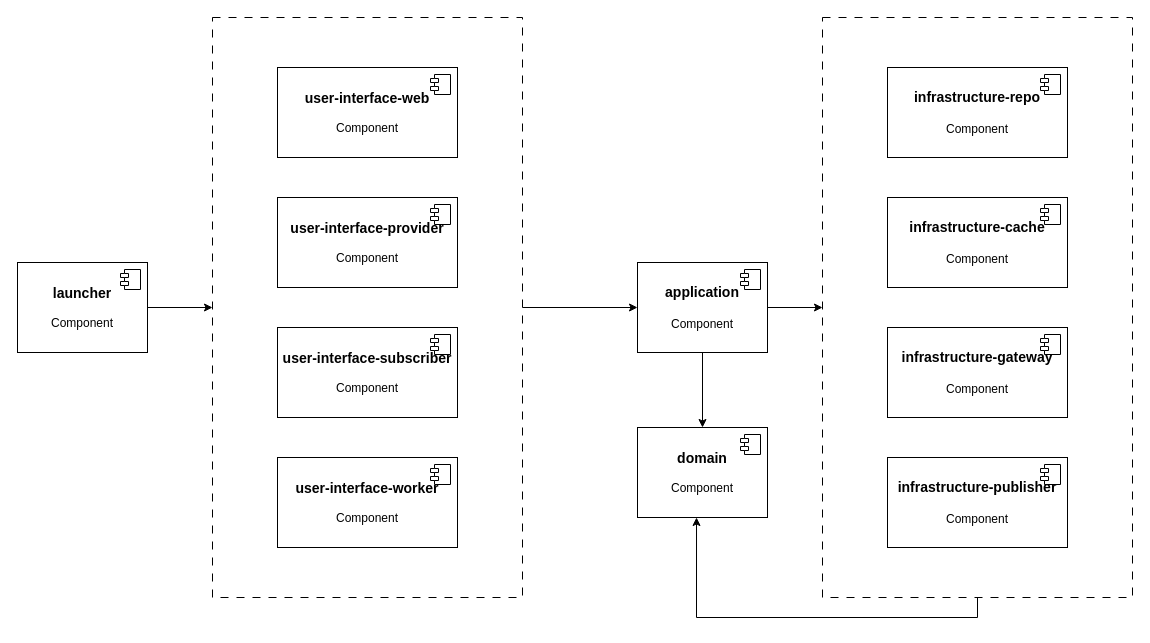
The draw.io diagram ddd/ddd-layout.drawio in hedon954/draw, before the edit. Source tidied: cells renumbered, new cells numbered last; positions are measured from the earlier drawing's top-left corner, leaving out a move shared by most shapes. Both pictures are drawn from the tidied source at 100%, with x=0, y=0 at pixel (17, 17).
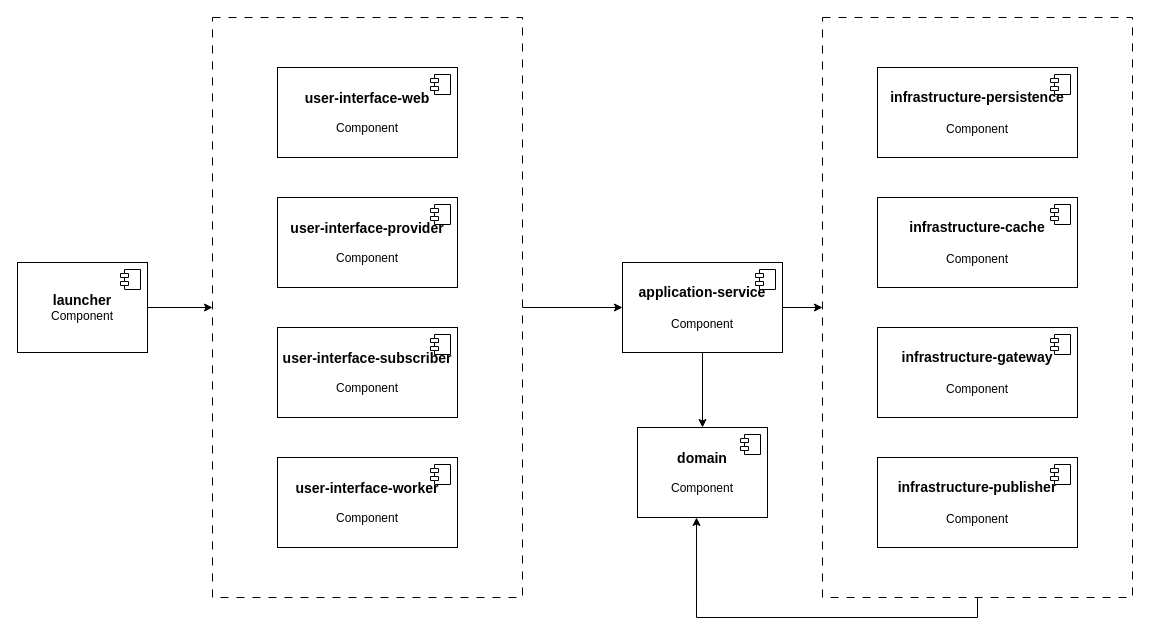
Above is the later version.

Diff of the diagram source:
```diff
@@
+    <mxCell id="29" style="rounded=0;whiteSpace=wrap;html=1;fillColor=none;dashed=1;dashPattern=8 8;" parent="1" vertex="1">
+      <mxGeometry x="805" width="310" height="580" as="geometry" />
+    </mxCell>
@@
-    <mxCell id="5" value="&lt;div&gt;&lt;b&gt;&lt;font style=&quot;font-size: 14px;&quot;&gt;launcher&lt;/font&gt;&lt;/b&gt;&lt;/div&gt;&lt;div&gt;&lt;b&gt;&lt;br&gt;&lt;/b&gt;&lt;/div&gt;Component" style="html=1;whiteSpace=wrap;" parent="1" vertex="1">
+    <mxCell id="5" value="&lt;div&gt;&lt;b&gt;&lt;font style=&quot;font-size: 14px;&quot;&gt;launcher&lt;/font&gt;&lt;/b&gt;&lt;/div&gt;Component" style="html=1;whiteSpace=wrap;" parent="1" vertex="1">
       <mxGeometry y="245" width="130" height="90" as="geometry" />
     </mxCell>
@@
-    <mxCell id="17" value="&lt;div&gt;&lt;span style=&quot;font-size: 14px;&quot;&gt;&lt;b&gt;application&lt;/b&gt;&lt;/span&gt;&lt;/div&gt;&lt;div&gt;&lt;span style=&quot;font-size: 14px;&quot;&gt;&lt;b&gt;&lt;br&gt;&lt;/b&gt;&lt;/span&gt;&lt;/div&gt;Component" style="html=1;whiteSpace=wrap;" parent="1" vertex="1">
-      <mxGeometry x="620" y="245" width="130" height="90" as="geometry" />
+    <mxCell id="17" value="&lt;div&gt;&lt;span style=&quot;font-size: 14px;&quot;&gt;&lt;b&gt;application-service&lt;/b&gt;&lt;/span&gt;&lt;/div&gt;&lt;div&gt;&lt;span style=&quot;font-size: 14px;&quot;&gt;&lt;b&gt;&lt;br&gt;&lt;/b&gt;&lt;/span&gt;&lt;/div&gt;Component" style="html=1;whiteSpace=wrap;" parent="1" vertex="1">
+      <mxGeometry x="605" y="245" width="160" height="90" as="geometry" />
     </mxCell>
@@
-    <mxCell id="21" value="&lt;div&gt;&lt;span style=&quot;font-size: 14px;&quot;&gt;&lt;b&gt;infrastructure-repo&lt;/b&gt;&lt;/span&gt;&lt;/div&gt;&lt;div&gt;&lt;span style=&quot;font-size: 14px;&quot;&gt;&lt;b&gt;&lt;br&gt;&lt;/b&gt;&lt;/span&gt;&lt;/div&gt;Component" style="html=1;whiteSpace=wrap;" parent="1" vertex="1">
-      <mxGeometry x="870" y="50" width="180" height="90" as="geometry" />
+    <mxCell id="21" value="&lt;div&gt;&lt;span style=&quot;font-size: 14px;&quot;&gt;&lt;b&gt;infrastructure-persistence&lt;/b&gt;&lt;/span&gt;&lt;/div&gt;&lt;div&gt;&lt;span style=&quot;font-size: 14px;&quot;&gt;&lt;b&gt;&lt;br&gt;&lt;/b&gt;&lt;/span&gt;&lt;/div&gt;Component" style="html=1;whiteSpace=wrap;" parent="1" vertex="1">
+      <mxGeometry x="860" y="50" width="200" height="90" as="geometry" />
     </mxCell>
@@
     <mxCell id="23" value="&lt;div&gt;&lt;span style=&quot;font-size: 14px;&quot;&gt;&lt;b&gt;infrastructure-gateway&lt;/b&gt;&lt;/span&gt;&lt;/div&gt;&lt;div&gt;&lt;span style=&quot;font-size: 14px;&quot;&gt;&lt;b&gt;&lt;br&gt;&lt;/b&gt;&lt;/span&gt;&lt;/div&gt;Component" style="html=1;whiteSpace=wrap;" parent="1" vertex="1">
-      <mxGeometry x="870" y="310" width="180" height="90" as="geometry" />
+      <mxGeometry x="860" y="310" width="200" height="90" as="geometry" />
     </mxCell>
@@
     <mxCell id="25" value="&lt;div&gt;&lt;span style=&quot;font-size: 14px;&quot;&gt;&lt;b&gt;infrastructure-cache&lt;/b&gt;&lt;/span&gt;&lt;/div&gt;&lt;div&gt;&lt;span style=&quot;font-size: 14px;&quot;&gt;&lt;b&gt;&lt;br&gt;&lt;/b&gt;&lt;/span&gt;&lt;/div&gt;Component" style="html=1;whiteSpace=wrap;" parent="1" vertex="1">
-      <mxGeometry x="870" y="180" width="180" height="90" as="geometry" />
+      <mxGeometry x="860" y="180" width="200" height="90" as="geometry" />
     </mxCell>
@@
     <mxCell id="27" value="&lt;div&gt;&lt;span style=&quot;font-size: 14px;&quot;&gt;&lt;b&gt;infrastructure-publisher&lt;/b&gt;&lt;/span&gt;&lt;/div&gt;&lt;div&gt;&lt;span style=&quot;font-size: 14px;&quot;&gt;&lt;b&gt;&lt;br&gt;&lt;/b&gt;&lt;/span&gt;&lt;/div&gt;Component" style="html=1;whiteSpace=wrap;" parent="1" vertex="1">
-      <mxGeometry x="870" y="440" width="180" height="90" as="geometry" />
+      <mxGeometry x="860" y="440" width="200" height="90" as="geometry" />
     </mxCell>
@@
-    <mxCell id="29" style="rounded=0;whiteSpace=wrap;html=1;fillColor=none;dashed=1;dashPattern=8 8;" parent="1" vertex="1">
-      <mxGeometry x="805" width="310" height="580" as="geometry" />
-    </mxCell>
```
